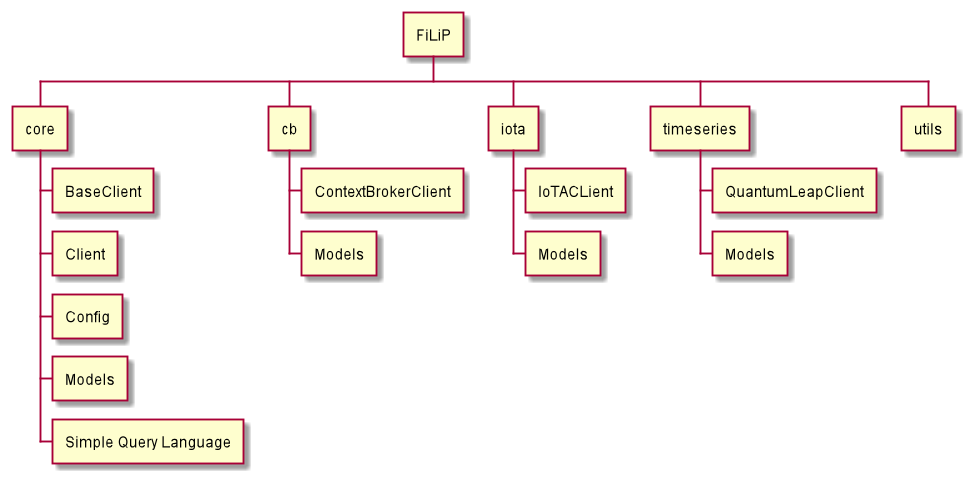
Before: docs/diagrams/out/architecture.png, a diagram exported from PlantUML (RWTH-EBC/FiLiP). The source it was exported from:
```plantuml
@startwbs

* FiLiP
** core
*** BaseClient
*** Client
*** Config
*** Models
*** Simple Query Language
** cb
*** ContextBrokerClient
*** Models
** iota
*** IoTACLient
*** Models
** timeseries
*** QuantumLeapClient
*** Models
** utils


@endwbs
```
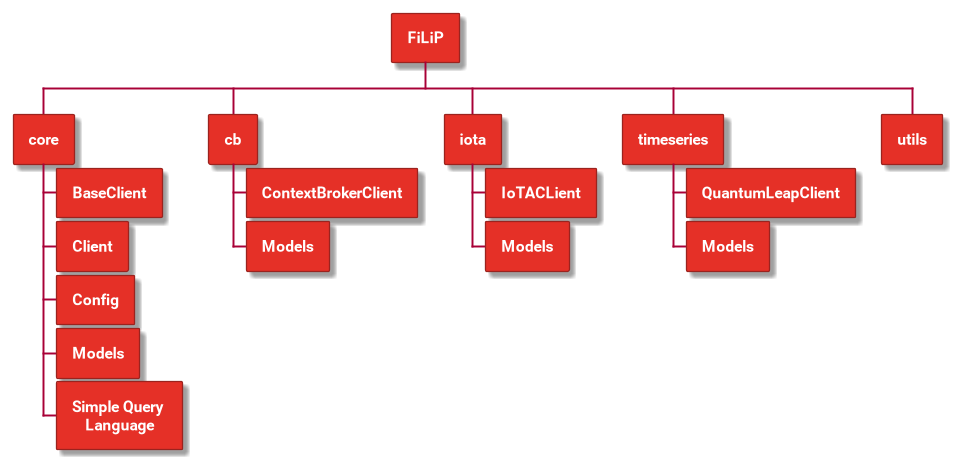
After the change.

Commit message:
changed color of structure diagram

Change to the diagram source:
```diff
@@ -1,4 +1,21 @@
 @startwbs
+!theme materia
+skinparam BackgroundColor white
+<style>
+node {
+    Padding 2
+    Margin 3
+    HorizontalAlignment center
+    LineColor #9B231E
+    LineThickness 1.0
+    BackgroundColor #E53027
+    FontColor white
+    FontName Roboto
+    FontStyle bold
+    RoundCorner 2
+    MaximumWidth 100
+}
+</style>
 
 * FiLiP
 ** core
```
